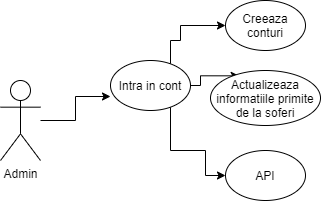
Before: Documentatie/Scholarly-html-PSS-report/AdminUseCaseDiagram_3.png, a diagram exported from draw.io (davidviziteu/parcel-shipping-simulator). Source tidied: cells renumbered, new cells last; positions are measured from the earlier drawing's top-left corner, leaving out a move shared by most shapes. The source it was exported from:
```xml
<mxGraphModel>
  <root>
    <mxCell id="0" />
    <mxCell id="1" parent="0" />
    <mxCell id="2" style="edgeStyle=orthogonalEdgeStyle;rounded=0;jettySize=auto;html=1;entryX=0;entryY=0.72;entryDx=0;entryDy=0;entryPerimeter=0;" parent="1" edge="1" source="3" target="7">
      <mxGeometry relative="1" as="geometry" />
    </mxCell>
    <mxCell id="3" value="Admin" style="shape=umlActor;verticalLabelPosition=bottom;verticalAlign=top;html=1;outlineConnect=0;" parent="1" vertex="1">
      <mxGeometry y="80" width="40" height="80" as="geometry" />
    </mxCell>
    <mxCell id="4" style="edgeStyle=orthogonalEdgeStyle;rounded=0;jettySize=auto;html=1;entryX=0;entryY=0.5;entryDx=0;entryDy=0;" parent="1" edge="1" source="7" target="8">
      <mxGeometry relative="1" as="geometry">
        <Array as="points">
          <mxPoint x="170" y="40" />
          <mxPoint x="180" y="40" />
          <mxPoint x="180" y="25" />
        </Array>
      </mxGeometry>
    </mxCell>
    <mxCell id="5" style="edgeStyle=orthogonalEdgeStyle;rounded=0;jettySize=auto;html=1;entryX=0.261;entryY=0.097;entryDx=0;entryDy=0;entryPerimeter=0;" parent="1" edge="1" source="7" target="9">
      <mxGeometry relative="1" as="geometry">
        <Array as="points">
          <mxPoint x="200" y="85" />
          <mxPoint x="200" y="75" />
        </Array>
      </mxGeometry>
    </mxCell>
    <mxCell id="6" style="edgeStyle=orthogonalEdgeStyle;rounded=0;jettySize=auto;html=1;entryX=0;entryY=0.5;entryDx=0;entryDy=0;" parent="1" edge="1" source="7" target="10">
      <mxGeometry relative="1" as="geometry">
        <Array as="points">
          <mxPoint x="170" y="150" />
          <mxPoint x="205" y="150" />
          <mxPoint x="205" y="175" />
        </Array>
      </mxGeometry>
    </mxCell>
    <mxCell id="7" value="Intra in cont" style="ellipse;whiteSpace=wrap;html=1;" parent="1" vertex="1">
      <mxGeometry x="110" y="60" width="80" height="50" as="geometry" />
    </mxCell>
    <mxCell id="8" value="Creeaza conturi" style="ellipse;whiteSpace=wrap;html=1;" parent="1" vertex="1">
      <mxGeometry x="225" width="80" height="50" as="geometry" />
    </mxCell>
    <mxCell id="9" value="Actualizeaza informatiile primite de la soferi" style="ellipse;whiteSpace=wrap;html=1;" parent="1" vertex="1">
      <mxGeometry x="210" y="70" width="110" height="55" as="geometry" />
    </mxCell>
    <mxCell id="10" value="API" style="ellipse;whiteSpace=wrap;html=1;" parent="1" vertex="1">
      <mxGeometry x="225" y="150" width="80" height="50" as="geometry" />
    </mxCell>
  </root>
</mxGraphModel>
```
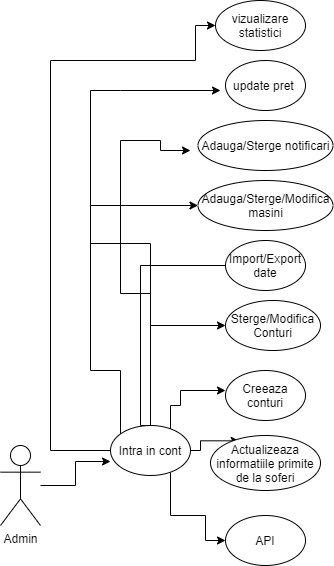
After the commit.

What changed in the source:
```diff
@@ -8,8 +8,9 @@
     <mxCell id="3" value="Admin" style="shape=umlActor;verticalLabelPosition=bottom;verticalAlign=top;html=1;outlineConnect=0;" parent="1" vertex="1">
       <mxGeometry y="80" width="40" height="80" as="geometry" />
     </mxCell>
-    <mxCell id="4" style="edgeStyle=orthogonalEdgeStyle;rounded=0;jettySize=auto;html=1;entryX=0;entryY=0.5;entryDx=0;entryDy=0;" parent="1" edge="1" source="7" target="8">
+    <mxCell id="4" style="edgeStyle=orthogonalEdgeStyle;rounded=0;jettySize=auto;html=1;entryX=0;entryY=0.5;entryDx=0;entryDy=0;" parent="1" edge="1" source="7">
       <mxGeometry relative="1" as="geometry">
+        <mxPoint x="225" y="25" as="targetPoint" />
         <Array as="points">
           <mxPoint x="170" y="40" />
           <mxPoint x="180" y="40" />
@@ -34,11 +35,68 @@
         </Array>
       </mxGeometry>
     </mxCell>
+    <mxCell id="11" style="edgeStyle=orthogonalEdgeStyle;rounded=0;jettySize=auto;html=1;entryX=0;entryY=0.5;entryDx=0;entryDy=0;" parent="1" edge="1" source="7" target="17">
+      <mxGeometry relative="1" as="geometry">
+        <Array as="points">
+          <mxPoint x="150" y="-40" />
+        </Array>
+      </mxGeometry>
+    </mxCell>
+    <mxCell id="12" style="edgeStyle=orthogonalEdgeStyle;rounded=0;jettySize=auto;html=1;exitX=0.5;exitY=0;exitDx=0;exitDy=0;entryX=0.5;entryY=1;entryDx=0;entryDy=0;" parent="1" edge="1" source="7" target="18">
+      <mxGeometry relative="1" as="geometry">
+        <Array as="points">
+          <mxPoint x="140" y="60" />
+          <mxPoint x="140" y="-100" />
+          <mxPoint x="265" y="-100" />
+        </Array>
+      </mxGeometry>
+    </mxCell>
+    <mxCell id="13" style="edgeStyle=orthogonalEdgeStyle;rounded=0;jettySize=auto;html=1;entryX=0;entryY=0.5;entryDx=0;entryDy=0;" parent="1" edge="1" source="7" target="19">
+      <mxGeometry relative="1" as="geometry">
+        <Array as="points">
+          <mxPoint x="120" y="5" />
+          <mxPoint x="90" y="5" />
+          <mxPoint x="90" y="-160" />
+        </Array>
+      </mxGeometry>
+    </mxCell>
+    <mxCell id="14" style="edgeStyle=orthogonalEdgeStyle;rounded=0;jettySize=auto;html=1;" parent="1" edge="1" source="7">
+      <mxGeometry relative="1" as="geometry">
+        <mxPoint x="220" y="-275" as="targetPoint" />
+        <Array as="points">
+          <mxPoint x="150" y="-122" />
+          <mxPoint x="90" y="-122" />
+          <mxPoint x="90" y="-275" />
+          <mxPoint x="120" y="-275" />
+        </Array>
+      </mxGeometry>
+    </mxCell>
+    <mxCell id="15" style="edgeStyle=orthogonalEdgeStyle;rounded=0;jettySize=auto;html=1;" parent="1" edge="1" source="7">
+      <mxGeometry relative="1" as="geometry">
+        <mxPoint x="190" y="-215" as="targetPoint" />
+        <Array as="points">
+          <mxPoint x="150" y="-72" />
+          <mxPoint x="120" y="-72" />
+          <mxPoint x="120" y="-225" />
+          <mxPoint x="160" y="-225" />
+        </Array>
+      </mxGeometry>
+    </mxCell>
+    <mxCell id="16" style="edgeStyle=orthogonalEdgeStyle;rounded=0;jettySize=auto;html=1;entryX=0;entryY=0.5;entryDx=0;entryDy=0;" parent="1" edge="1" source="7" target="22">
+      <mxGeometry relative="1" as="geometry">
+        <Array as="points">
+          <mxPoint x="50" y="85" />
+          <mxPoint x="50" y="-305" />
+          <mxPoint x="195" y="-305" />
+          <mxPoint x="195" y="-340" />
+        </Array>
+      </mxGeometry>
+    </mxCell>
     <mxCell id="7" value="Intra in cont" style="ellipse;whiteSpace=wrap;html=1;" parent="1" vertex="1">
       <mxGeometry x="110" y="60" width="80" height="50" as="geometry" />
     </mxCell>
     <mxCell id="8" value="Creeaza conturi" style="ellipse;whiteSpace=wrap;html=1;" parent="1" vertex="1">
-      <mxGeometry x="225" width="80" height="50" as="geometry" />
+      <mxGeometry x="225" y="5" width="80" height="50" as="geometry" />
     </mxCell>
     <mxCell id="9" value="Actualizeaza informatiile primite de la soferi" style="ellipse;whiteSpace=wrap;html=1;" parent="1" vertex="1">
       <mxGeometry x="210" y="70" width="110" height="55" as="geometry" />
@@ -46,5 +104,23 @@
     <mxCell id="10" value="API" style="ellipse;whiteSpace=wrap;html=1;" parent="1" vertex="1">
       <mxGeometry x="225" y="150" width="80" height="50" as="geometry" />
     </mxCell>
+    <mxCell id="17" value="Sterge/Modifica Conturi" style="ellipse;whiteSpace=wrap;html=1;" parent="1" vertex="1">
+      <mxGeometry x="225" y="-65" width="95" height="50" as="geometry" />
+    </mxCell>
+    <mxCell id="18" value="Import/Export date" style="ellipse;whiteSpace=wrap;html=1;" parent="1" vertex="1">
+      <mxGeometry x="225" y="-125" width="80" height="50" as="geometry" />
+    </mxCell>
+    <mxCell id="19" value="Adauga/Sterge/Modifica masini" style="ellipse;whiteSpace=wrap;html=1;" parent="1" vertex="1">
+      <mxGeometry x="197.5" y="-185" width="135" height="50" as="geometry" />
+    </mxCell>
+    <mxCell id="20" value="Adauga/Sterge notificari" style="ellipse;whiteSpace=wrap;html=1;" parent="1" vertex="1">
+      <mxGeometry x="197.5" y="-245" width="135" height="50" as="geometry" />
+    </mxCell>
+    <mxCell id="21" value="update pret&amp;nbsp;" style="ellipse;whiteSpace=wrap;html=1;" parent="1" vertex="1">
+      <mxGeometry x="225" y="-305" width="80" height="50" as="geometry" />
+    </mxCell>
+    <mxCell id="22" value="vizualizare statistici" style="ellipse;whiteSpace=wrap;html=1;" parent="1" vertex="1">
+      <mxGeometry x="215" y="-365" width="90" height="50" as="geometry" />
+    </mxCell>
   </root>
 </mxGraphModel>
```
